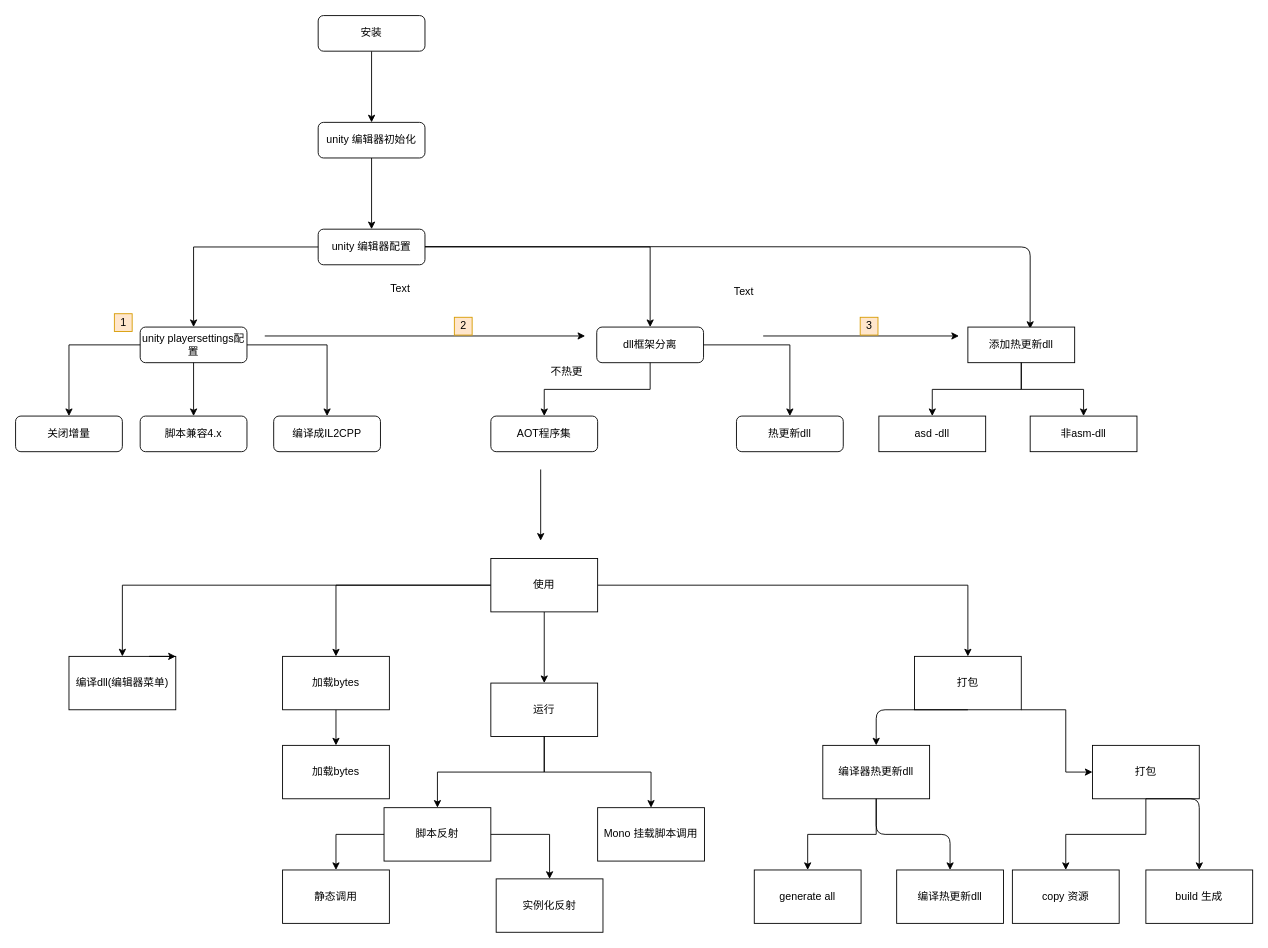
The draw.io diagram page "使用流程" (1 of 3) of Hybrid.drawio in xzp3094997376/DrawIO, before the edit. Source tidied: cells renumbered, new cells numbered last; positions are measured from the earlier drawing's top-left corner, leaving out a move shared by most shapes. Both pictures are drawn from the tidied source at 89%, with x=0, y=0 at pixel (15, 15).
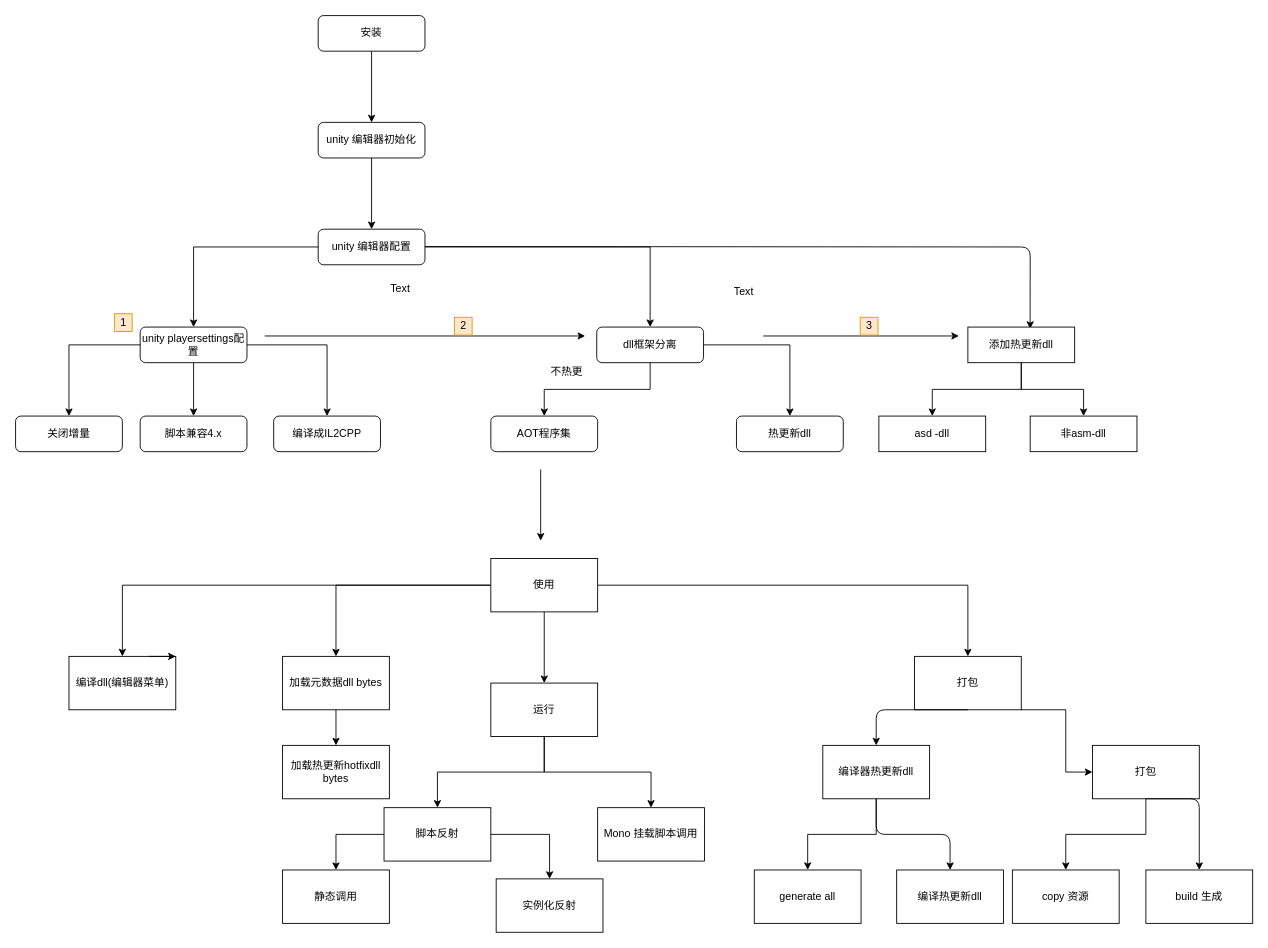
Above is the later version.

The change refers to these unchanged cells:
```xml
<mxCell id="60" style="group;" parent="1" vertex="1">
  <mxGeometry x="300" y="750" width="474" height="280" as="geometry" />
</mxCell>
```

Change to the diagram source:
```diff
@@
-    <mxCell id="42" value="加载bytes" style="rounded=0;whiteSpace=wrap;html=1;" parent="1" vertex="1">
+    <mxCell id="42" value="加载元数据dll bytes" style="rounded=0;whiteSpace=wrap;html=1;" parent="1" vertex="1">
       <mxGeometry x="300" y="720" width="120" height="60" as="geometry" />
     </mxCell>
@@
-    <mxCell id="70" value="加载bytes" style="rounded=0;whiteSpace=wrap;html=1;" parent="60" vertex="1">
+    <mxCell id="70" value="加载热更新hotfixdll bytes" style="rounded=0;whiteSpace=wrap;html=1;" parent="60" vertex="1">
       <mxGeometry y="70" width="120" height="60" as="geometry" />
     </mxCell>
```
